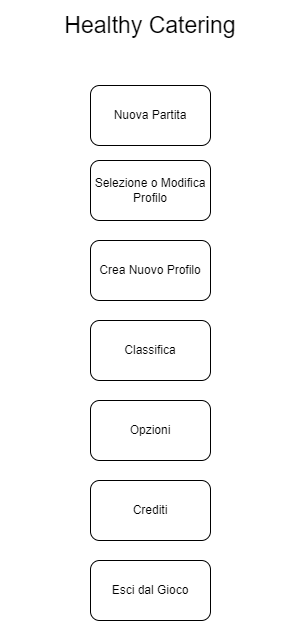
Above: doc/img/Flowchart e Grafici/MenuDiGioco.png in zSavT/Healthy-Catering (draw.io), before the change. Source tidied: cells renumbered, new cells last; positions are measured from the earlier drawing's top-left corner, leaving out a move shared by most shapes. Its diagram source:
```xml
<mxGraphModel>
  <root>
    <mxCell id="0" />
    <mxCell id="1" parent="0" />
    <mxCell id="2" value="Nuova Partita" style="rounded=1;whiteSpace=wrap;html=1;" parent="1" vertex="1">
      <mxGeometry x="90" y="85" width="120" height="60" as="geometry" />
    </mxCell>
    <mxCell id="3" value="Selezione o Modifica Profilo" style="rounded=1;whiteSpace=wrap;html=1;" parent="1" vertex="1">
      <mxGeometry x="90" y="160" width="120" height="60" as="geometry" />
    </mxCell>
    <mxCell id="4" value="&lt;font style=&quot;font-size: 23px&quot;&gt;Healthy Catering&lt;/font&gt;" style="text;html=1;strokeColor=none;fillColor=none;align=center;verticalAlign=middle;whiteSpace=wrap;rounded=0;" parent="1" vertex="1">
      <mxGeometry width="300" height="50" as="geometry" />
    </mxCell>
    <mxCell id="5" value="Classifica" style="rounded=1;whiteSpace=wrap;html=1;" parent="1" vertex="1">
      <mxGeometry x="90" y="320" width="120" height="60" as="geometry" />
    </mxCell>
    <mxCell id="6" value="Opzioni" style="rounded=1;whiteSpace=wrap;html=1;" parent="1" vertex="1">
      <mxGeometry x="90" y="400" width="120" height="60" as="geometry" />
    </mxCell>
    <mxCell id="7" value="Crediti" style="rounded=1;whiteSpace=wrap;html=1;" parent="1" vertex="1">
      <mxGeometry x="90" y="480" width="120" height="60" as="geometry" />
    </mxCell>
    <mxCell id="8" value="Esci dal Gioco" style="rounded=1;whiteSpace=wrap;html=1;" parent="1" vertex="1">
      <mxGeometry x="90" y="560" width="120" height="60" as="geometry" />
    </mxCell>
    <mxCell id="9" value="Crea Nuovo Profilo" style="rounded=1;whiteSpace=wrap;html=1;" parent="1" vertex="1">
      <mxGeometry x="90" y="240" width="120" height="60" as="geometry" />
    </mxCell>
  </root>
</mxGraphModel>
```
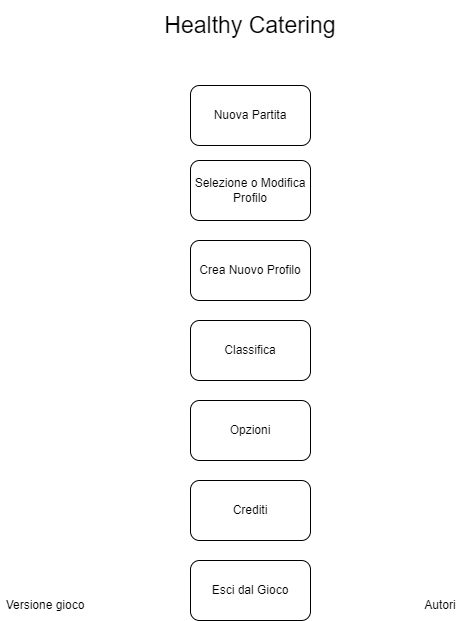
The same file after the commit.

Commit message:
Aggiornati grafici

Change to the diagram source:
```diff
@@ -26,5 +26,11 @@
     <mxCell id="9" value="Crea Nuovo Profilo" style="rounded=1;whiteSpace=wrap;html=1;" parent="1" vertex="1">
       <mxGeometry x="90" y="240" width="120" height="60" as="geometry" />
     </mxCell>
+    <mxCell id="10" value="Versione gioco" style="text;html=1;strokeColor=none;fillColor=none;align=center;verticalAlign=middle;whiteSpace=wrap;rounded=0;" parent="1" vertex="1">
+      <mxGeometry x="-100" y="590" width="90" height="30" as="geometry" />
+    </mxCell>
+    <mxCell id="11" value="Autori" style="text;html=1;strokeColor=none;fillColor=none;align=center;verticalAlign=middle;whiteSpace=wrap;rounded=0;" parent="1" vertex="1">
+      <mxGeometry x="310" y="590" width="60" height="30" as="geometry" />
+    </mxCell>
   </root>
 </mxGraphModel>
```
